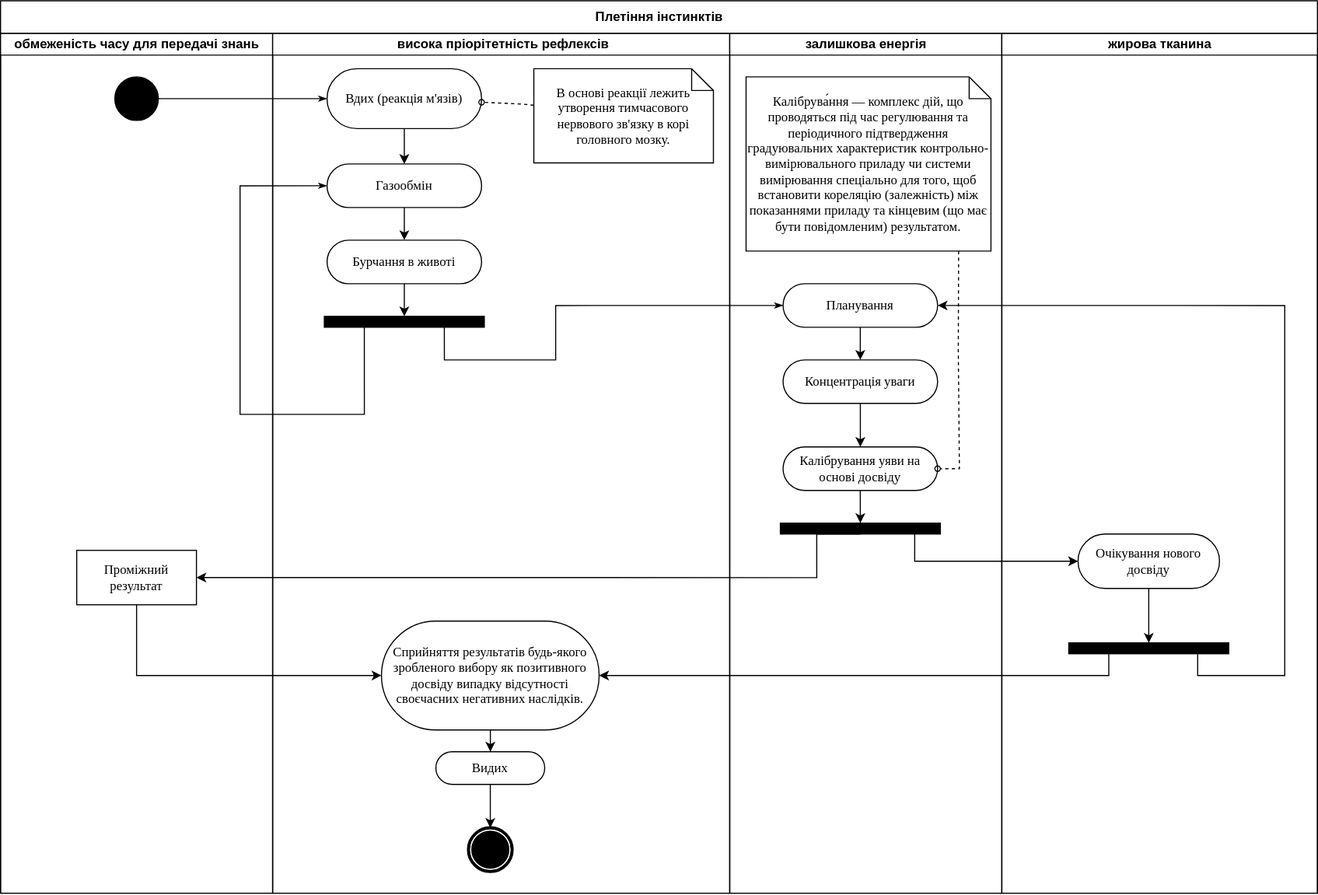
The draw.io diagram assets/svg/cxv.drawio.svg in nazar-chepliaka/trash, before a commit. Source tidied: cells renumbered, new cells last; positions are measured from the earlier drawing's top-left corner, leaving out a move shared by most shapes.
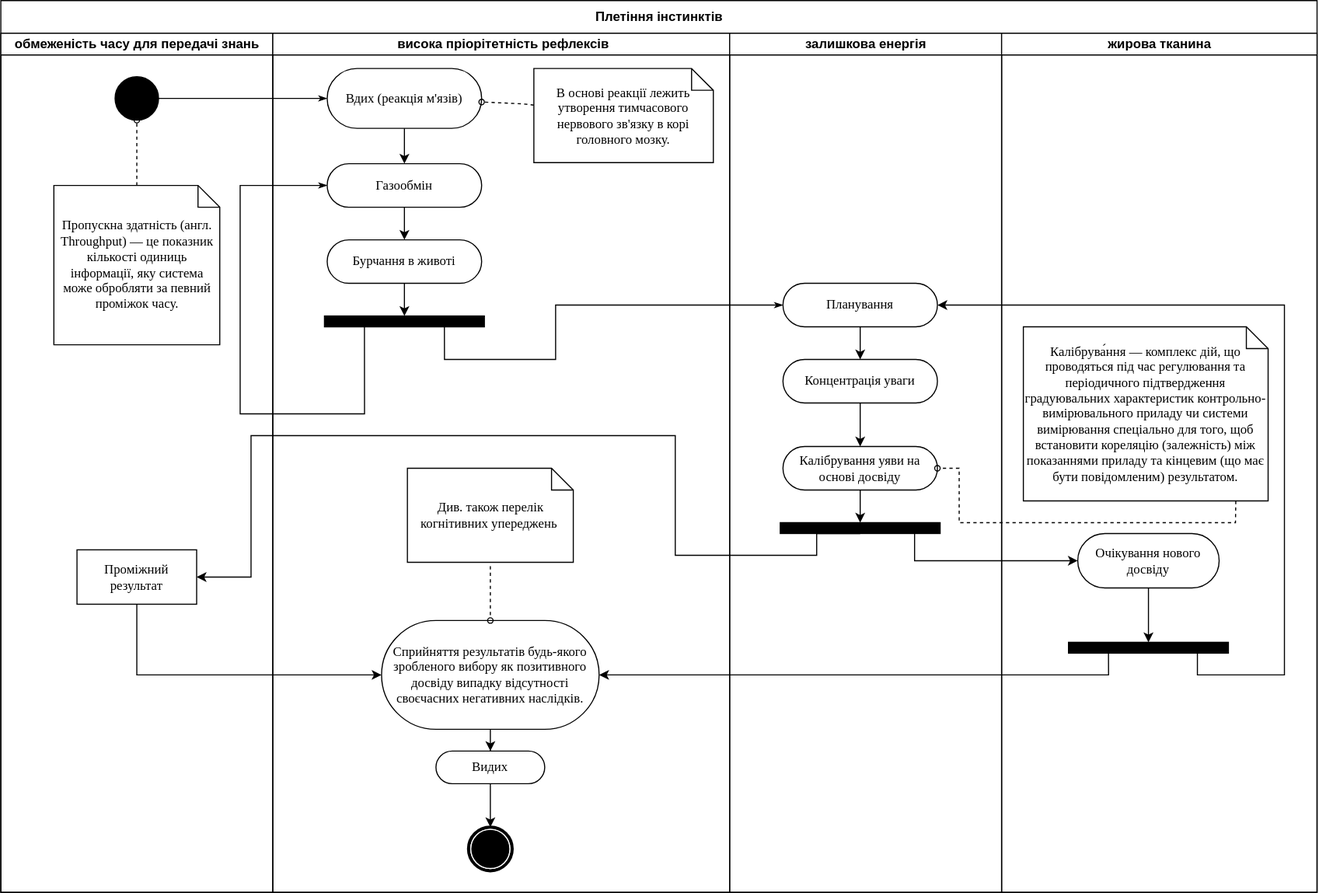
Later version of the same file.

Change to the diagram source:
```diff
@@ -14,6 +14,12 @@
     <mxCell id="5" value="Проміжний результат" style="rounded=0;whiteSpace=wrap;html=1;shadow=0;comic=0;labelBackgroundColor=none;strokeWidth=1;fontFamily=Verdana;fontSize=12;align=center;arcSize=50;" parent="3" vertex="1">
       <mxGeometry x="70" y="475" width="110" height="50" as="geometry" />
     </mxCell>
+    <mxCell id="43" style="edgeStyle=none;rounded=0;html=1;dashed=1;labelBackgroundColor=none;startArrow=none;startFill=0;startSize=5;endArrow=oval;endFill=0;endSize=5;jettySize=auto;strokeWidth=1;fontFamily=Verdana;fontSize=12;" parent="3" edge="1" source="44" target="4">
+      <mxGeometry relative="1" as="geometry" />
+    </mxCell>
+    <mxCell id="44" value="Пропускна здатність (англ. Throughput) — це показник кількості одиниць інформації, яку система може обробляти за певний проміжок часу." style="shape=note;whiteSpace=wrap;html=1;rounded=0;shadow=0;comic=0;labelBackgroundColor=none;strokeWidth=1;fontFamily=Verdana;fontSize=12;align=center;size=20;" parent="3" vertex="1">
+      <mxGeometry x="48.8" y="140" width="152.5" height="146.5" as="geometry" />
+    </mxCell>
     <mxCell id="6" value="&amp;nbsp;висока пріорітетність рефлексів" style="swimlane;html=1;startSize=20;" parent="2" vertex="1">
       <mxGeometry x="250" y="30" width="420" height="790" as="geometry" />
     </mxCell>
@@ -73,6 +79,14 @@
     <mxCell id="21" style="edgeStyle=orthogonalEdgeStyle;rounded=0;jettySize=auto;html=1;" parent="6" edge="1" source="17" target="20">
       <mxGeometry relative="1" as="geometry" />
     </mxCell>
+    <mxCell id="45" style="edgeStyle=none;rounded=0;html=1;dashed=1;labelBackgroundColor=none;startArrow=none;startFill=0;startSize=5;endArrow=oval;endFill=0;endSize=5;jettySize=auto;strokeWidth=1;fontFamily=Verdana;fontSize=12;" parent="6" edge="1" target="17">
+      <mxGeometry relative="1" as="geometry">
+        <mxPoint x="200" y="490" as="sourcePoint" />
+      </mxGeometry>
+    </mxCell>
+    <mxCell id="46" value="Див. також перелік когнітивних упереджень&amp;nbsp;" style="shape=note;whiteSpace=wrap;html=1;rounded=0;shadow=0;comic=0;labelBackgroundColor=none;strokeWidth=1;fontFamily=Verdana;fontSize=12;align=center;size=20;" parent="6" vertex="1">
+      <mxGeometry x="123.8" y="400" width="152.5" height="86.5" as="geometry" />
+    </mxCell>
     <mxCell id="22" value="залишкова енергія" style="swimlane;html=1;startSize=20;" parent="2" vertex="1">
       <mxGeometry x="670" y="30" width="250" height="790" as="geometry" />
     </mxCell>
@@ -97,18 +111,6 @@
     <mxCell id="29" value="Калібрування уяви на основі досвіду" style="rounded=1;whiteSpace=wrap;html=1;shadow=0;comic=0;labelBackgroundColor=none;strokeWidth=1;fontFamily=Verdana;fontSize=12;align=center;arcSize=50;" parent="22" vertex="1">
       <mxGeometry x="49" y="380" width="142" height="40" as="geometry" />
     </mxCell>
-    <mxCell id="30" style="edgeStyle=none;rounded=0;html=1;dashed=1;labelBackgroundColor=none;startArrow=none;startFill=0;startSize=5;endArrow=oval;endFill=0;endSize=5;jettySize=auto;strokeWidth=1;fontFamily=Verdana;fontSize=12;exitX=0.868;exitY=1;exitDx=0;exitDy=0;exitPerimeter=0;" parent="22" edge="1" source="31" target="29">
-      <mxGeometry relative="1" as="geometry">
-        <Array as="points">
-          <mxPoint x="210" y="290" />
-          <mxPoint x="211" y="290" />
-          <mxPoint x="211" y="400" />
-        </Array>
-      </mxGeometry>
-    </mxCell>
-    <mxCell id="31" value="Калібрува́ння — комплекс дій, що проводяться під час регулювання та періодичного підтвердження градуювальних характеристик контрольно-вимірювального приладу чи системи вимірювання спеціально для того, щоб встановити кореляцію (залежність) між показаннями приладу та кінцевим (що має бути повідомленим) результатом." style="shape=note;whiteSpace=wrap;html=1;rounded=0;shadow=0;comic=0;labelBackgroundColor=none;strokeWidth=1;fontFamily=Verdana;fontSize=12;align=center;size=20;" parent="22" vertex="1">
-      <mxGeometry x="15" y="40" width="225" height="160" as="geometry" />
-    </mxCell>
     <mxCell id="32" value="жирова тканина" style="swimlane;html=1;startSize=20;" parent="2" vertex="1">
       <mxGeometry x="920" y="30" width="290" height="790" as="geometry" />
     </mxCell>
@@ -121,6 +123,9 @@
     <mxCell id="35" style="whiteSpace=wrap;html=1;rounded=0;shadow=0;comic=0;labelBackgroundColor=none;strokeWidth=1;fillColor=#000000;fontFamily=Verdana;fontSize=12;align=center;rotation=0;" parent="32" vertex="1">
       <mxGeometry x="61.5" y="560" width="147" height="10" as="geometry" />
     </mxCell>
+    <mxCell id="31" value="Калібрува́ння — комплекс дій, що проводяться під час регулювання та періодичного підтвердження градуювальних характеристик контрольно-вимірювального приладу чи системи вимірювання спеціально для того, щоб встановити кореляцію (залежність) між показаннями приладу та кінцевим (що має бути повідомленим) результатом." style="shape=note;whiteSpace=wrap;html=1;rounded=0;shadow=0;comic=0;labelBackgroundColor=none;strokeWidth=1;fontFamily=Verdana;fontSize=12;align=center;size=20;" parent="32" vertex="1">
+      <mxGeometry x="20" y="270" width="225" height="160" as="geometry" />
+    </mxCell>
     <mxCell id="36" style="edgeStyle=orthogonalEdgeStyle;rounded=0;html=1;labelBackgroundColor=none;startArrow=none;startFill=0;startSize=5;endArrow=classicThin;endFill=1;endSize=5;jettySize=auto;strokeWidth=1;fontFamily=Verdana;fontSize=12;" parent="2" edge="1" source="4" target="8">
       <mxGeometry relative="1" as="geometry" />
     </mxCell>
@@ -137,7 +142,11 @@
       <mxGeometry relative="1" as="geometry">
         <Array as="points">
           <mxPoint x="750" y="490" />
-          <mxPoint x="750" y="530" />
+          <mxPoint x="750" y="510" />
+          <mxPoint x="620" y="510" />
+          <mxPoint x="620" y="400" />
+          <mxPoint x="230" y="400" />
+          <mxPoint x="230" y="530" />
         </Array>
       </mxGeometry>
     </mxCell>
@@ -171,5 +180,14 @@
         </Array>
       </mxGeometry>
     </mxCell>
+    <mxCell id="30" style="edgeStyle=none;rounded=0;html=1;dashed=1;labelBackgroundColor=none;startArrow=none;startFill=0;startSize=5;endArrow=oval;endFill=0;endSize=5;jettySize=auto;strokeWidth=1;fontFamily=Verdana;fontSize=12;exitX=0.868;exitY=1;exitDx=0;exitDy=0;exitPerimeter=0;" parent="2" edge="1" source="31" target="29">
+      <mxGeometry relative="1" as="geometry">
+        <Array as="points">
+          <mxPoint x="1135" y="480" />
+          <mxPoint x="881" y="480" />
+          <mxPoint x="881" y="430" />
+        </Array>
+      </mxGeometry>
+    </mxCell>
   </root>
 </mxGraphModel>
```
